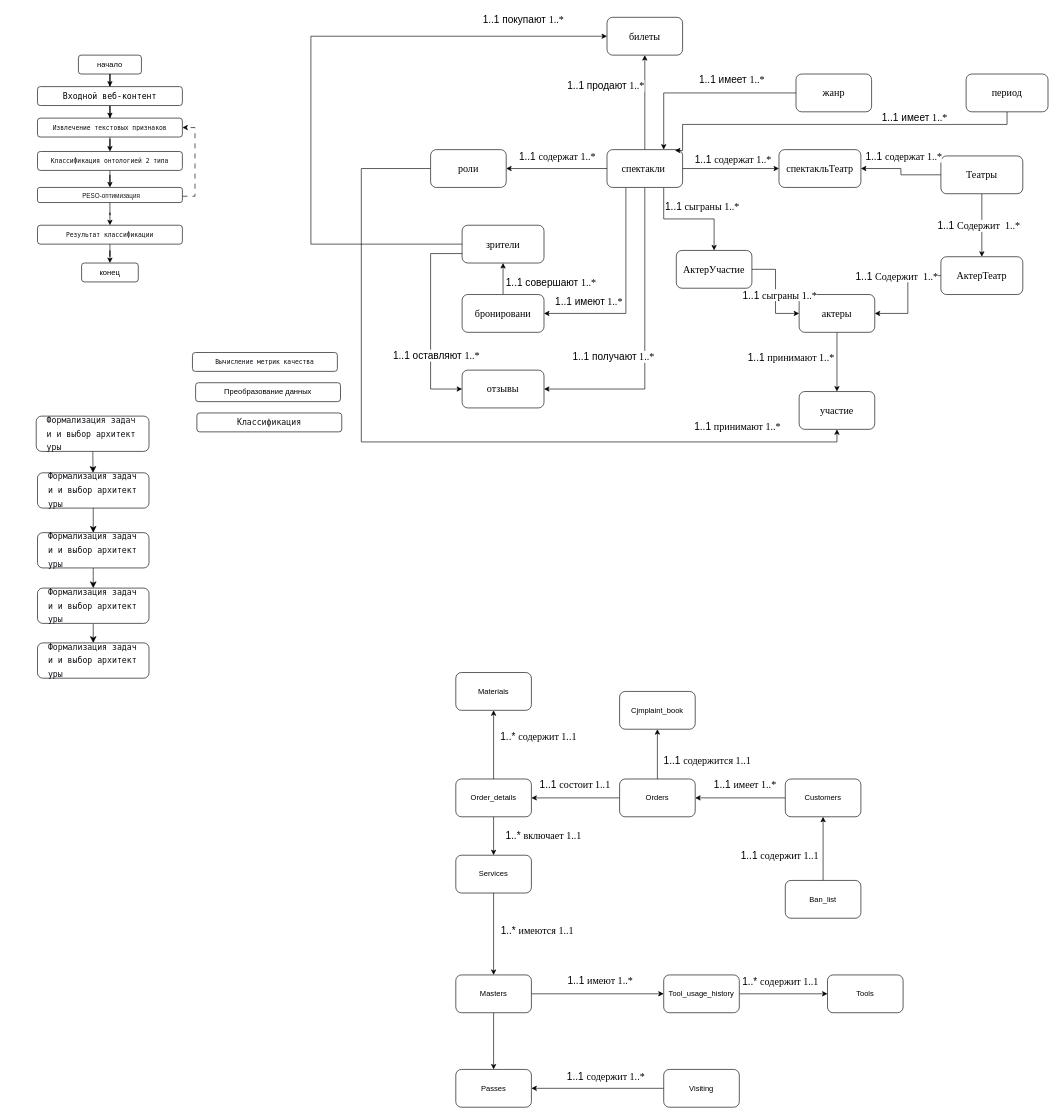
Earlier version of the draw.io diagram без названия.drawio (Verina19/Practica_4). Source tidied: cells renumbered, new cells numbered last; positions are measured from the earlier drawing's top-left corner, leaving out a move shared by most shapes. Both pictures are drawn from the tidied source at 63%, with x=0, y=0 at pixel (36, 11).
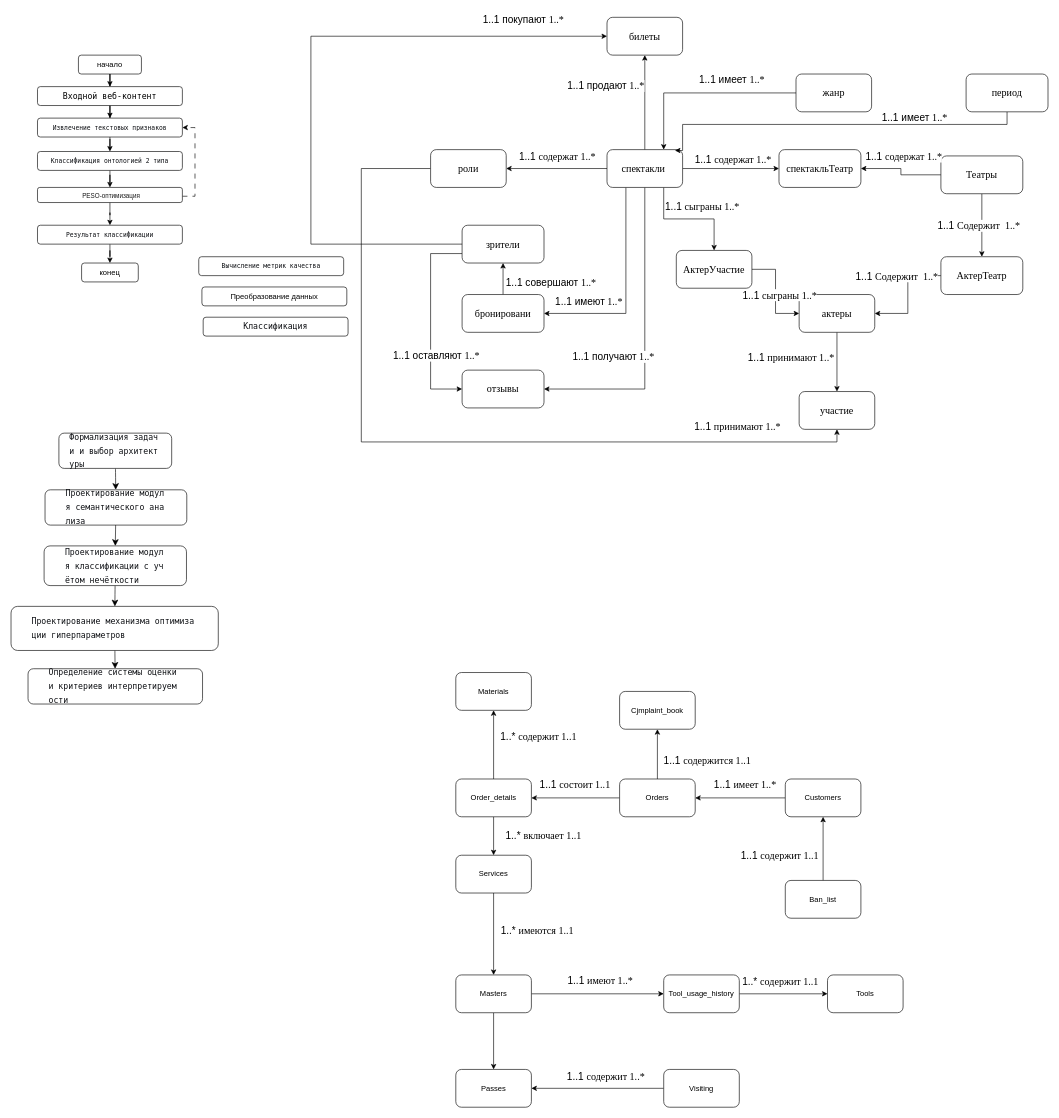
Above is the later version.

What changed in the source:
```diff
@@
     <mxCell id="88" value="&lt;pre style=&quot;font-variant-numeric: normal; font-variant-east-asian: normal; font-variant-alternates: normal; font-size-adjust: none; font-kerning: auto; font-optical-sizing: auto; font-feature-settings: normal; font-variation-settings: normal; font-variant-position: normal; font-variant-emoji: normal; font-stretch: normal; font-size: 13px; line-height: 22px; font-family: Menlo, Monaco, Consolas, &amp;quot;Cascadia Mono&amp;quot;, &amp;quot;Ubuntu Mono&amp;quot;, &amp;quot;DejaVu Sans Mono&amp;quot;, &amp;quot;Liberation Mono&amp;quot;, &amp;quot;JetBrains Mono&amp;quot;, &amp;quot;Fira Code&amp;quot;, Cousine, &amp;quot;Roboto Mono&amp;quot;, &amp;quot;Courier New&amp;quot;, Courier, sans-serif, system-ui; overflow: auto; text-wrap-mode: wrap; word-break: break-all; padding: 16px; color: rgb(15, 17, 21); text-align: start; margin: 0px !important;&quot;&gt;Классификация&lt;/pre&gt;" style="rounded=1;whiteSpace=wrap;html=1;" parent="1" vertex="1">
-      <mxGeometry x="255" y="638" width="230" height="30" as="geometry" />
+      <mxGeometry x="265" y="486" width="230" height="30" as="geometry" />
     </mxCell>
@@
     <mxCell id="93" value="Преобразование данных" style="rounded=1;whiteSpace=wrap;html=1;" parent="1" vertex="1">
-      <mxGeometry x="253" y="590" width="230" height="30" as="geometry" />
+      <mxGeometry x="263" y="438" width="230" height="30" as="geometry" />
     </mxCell>
@@
     <mxCell id="96" value="&lt;pre style=&quot;font-variant-numeric: normal; font-variant-east-asian: normal; font-variant-alternates: normal; font-size-adjust: none; font-kerning: auto; font-optical-sizing: auto; font-feature-settings: normal; font-variation-settings: normal; font-variant-position: normal; font-variant-emoji: normal; font-stretch: normal; line-height: 22px; font-family: Menlo, Monaco, Consolas, &amp;quot;Cascadia Mono&amp;quot;, &amp;quot;Ubuntu Mono&amp;quot;, &amp;quot;DejaVu Sans Mono&amp;quot;, &amp;quot;Liberation Mono&amp;quot;, &amp;quot;JetBrains Mono&amp;quot;, &amp;quot;Fira Code&amp;quot;, Cousine, &amp;quot;Roboto Mono&amp;quot;, &amp;quot;Courier New&amp;quot;, Courier, sans-serif, system-ui; overflow: auto; text-wrap-mode: wrap; word-break: break-all; padding: 16px; color: rgb(15, 17, 21); text-align: start; margin: 0px !important;&quot;&gt;&lt;pre style=&quot;font-variant-numeric: normal; font-variant-east-asian: normal; font-variant-alternates: normal; font-size-adjust: none; font-kerning: auto; font-optical-sizing: auto; font-feature-settings: normal; font-variation-settings: normal; font-variant-position: normal; font-variant-emoji: normal; font-stretch: normal; line-height: 22px; font-family: Menlo, Monaco, Consolas, &amp;quot;Cascadia Mono&amp;quot;, &amp;quot;Ubuntu Mono&amp;quot;, &amp;quot;DejaVu Sans Mono&amp;quot;, &amp;quot;Liberation Mono&amp;quot;, &amp;quot;JetBrains Mono&amp;quot;, &amp;quot;Fira Code&amp;quot;, Cousine, &amp;quot;Roboto Mono&amp;quot;, &amp;quot;Courier New&amp;quot;, Courier, sans-serif, system-ui; overflow: auto; text-wrap-mode: wrap; word-break: break-all; padding: 16px; margin: 0px !important;&quot;&gt;&lt;font style=&quot;font-size: 10px;&quot;&gt;Вычисление метрик качества&lt;/font&gt;&lt;/pre&gt;&lt;/pre&gt;" style="rounded=1;whiteSpace=wrap;html=1;" parent="1" vertex="1">
-      <mxGeometry x="248" y="542" width="230" height="30" as="geometry" />
+      <mxGeometry x="258" y="390" width="230" height="30" as="geometry" />
     </mxCell>
@@
     <mxCell id="101" value="&lt;pre style=&quot;font-variant-numeric: normal; font-variant-east-asian: normal; font-variant-alternates: normal; font-size-adjust: none; font-kerning: auto; font-optical-sizing: auto; font-feature-settings: normal; font-variation-settings: normal; font-variant-position: normal; font-variant-emoji: normal; font-stretch: normal; font-size: 13px; line-height: 22px; font-family: Menlo, Monaco, Consolas, &amp;quot;Cascadia Mono&amp;quot;, &amp;quot;Ubuntu Mono&amp;quot;, &amp;quot;DejaVu Sans Mono&amp;quot;, &amp;quot;Liberation Mono&amp;quot;, &amp;quot;JetBrains Mono&amp;quot;, &amp;quot;Fira Code&amp;quot;, Cousine, &amp;quot;Roboto Mono&amp;quot;, &amp;quot;Courier New&amp;quot;, Courier, sans-serif, system-ui; overflow: auto; text-wrap-mode: wrap; word-break: break-all; padding: 16px; color: rgb(15, 17, 21); text-align: start; margin: 0px !important;&quot;&gt;Формализация задачи и выбор архитектуры&lt;/pre&gt;" style="rounded=1;whiteSpace=wrap;html=1;" parent="1" vertex="1">
-      <mxGeometry y="643" width="179" height="56" as="geometry" />
+      <mxGeometry x="36" y="670" width="179" height="56" as="geometry" />
     </mxCell>
@@
-    <mxCell id="103" value="&lt;pre style=&quot;font-variant-numeric: normal; font-variant-east-asian: normal; font-variant-alternates: normal; font-size-adjust: none; font-kerning: auto; font-optical-sizing: auto; font-feature-settings: normal; font-variation-settings: normal; font-variant-position: normal; font-variant-emoji: normal; font-stretch: normal; font-size: 13px; line-height: 22px; font-family: Menlo, Monaco, Consolas, &amp;quot;Cascadia Mono&amp;quot;, &amp;quot;Ubuntu Mono&amp;quot;, &amp;quot;DejaVu Sans Mono&amp;quot;, &amp;quot;Liberation Mono&amp;quot;, &amp;quot;JetBrains Mono&amp;quot;, &amp;quot;Fira Code&amp;quot;, Cousine, &amp;quot;Roboto Mono&amp;quot;, &amp;quot;Courier New&amp;quot;, Courier, sans-serif, system-ui; overflow: auto; text-wrap-mode: wrap; word-break: break-all; padding: 16px; color: rgb(15, 17, 21); text-align: start; margin: 0px !important;&quot;&gt;Формализация задачи и выбор архитектуры&lt;/pre&gt;" style="rounded=1;whiteSpace=wrap;html=1;" parent="1" vertex="1">
-      <mxGeometry x="2" y="828" width="177" height="56" as="geometry" />
+    <mxCell id="103" value="&lt;pre style=&quot;font-variant-numeric: normal; font-variant-east-asian: normal; font-variant-alternates: normal; font-size-adjust: none; font-kerning: auto; font-optical-sizing: auto; font-feature-settings: normal; font-variation-settings: normal; font-variant-position: normal; font-variant-emoji: normal; font-stretch: normal; font-size: 13px; line-height: 22px; font-family: Menlo, Monaco, Consolas, &amp;quot;Cascadia Mono&amp;quot;, &amp;quot;Ubuntu Mono&amp;quot;, &amp;quot;DejaVu Sans Mono&amp;quot;, &amp;quot;Liberation Mono&amp;quot;, &amp;quot;JetBrains Mono&amp;quot;, &amp;quot;Fira Code&amp;quot;, Cousine, &amp;quot;Roboto Mono&amp;quot;, &amp;quot;Courier New&amp;quot;, Courier, sans-serif, system-ui; overflow: auto; text-wrap-mode: wrap; word-break: break-all; padding: 16px; color: rgb(15, 17, 21); text-align: start; margin: 0px !important;&quot;&gt;&lt;pre style=&quot;font-variant-numeric: normal; font-variant-east-asian: normal; font-variant-alternates: normal; font-size-adjust: none; font-kerning: auto; font-optical-sizing: auto; font-feature-settings: normal; font-variation-settings: normal; font-variant-position: normal; font-variant-emoji: normal; font-stretch: normal; line-height: 22px; font-family: Menlo, Monaco, Consolas, &amp;quot;Cascadia Mono&amp;quot;, &amp;quot;Ubuntu Mono&amp;quot;, &amp;quot;DejaVu Sans Mono&amp;quot;, &amp;quot;Liberation Mono&amp;quot;, &amp;quot;JetBrains Mono&amp;quot;, &amp;quot;Fira Code&amp;quot;, Cousine, &amp;quot;Roboto Mono&amp;quot;, &amp;quot;Courier New&amp;quot;, Courier, sans-serif, system-ui; overflow: auto; text-wrap-mode: wrap; word-break: break-all; padding: 16px; margin: 0px !important;&quot;&gt;Проектирование модуля классификации с учётом нечёткости&lt;/pre&gt;&lt;/pre&gt;" style="rounded=1;whiteSpace=wrap;html=1;" parent="1" vertex="1">
+      <mxGeometry x="12.5" y="849" width="226" height="63" as="geometry" />
     </mxCell>
@@
-    <mxCell id="105" value="&lt;pre style=&quot;font-variant-numeric: normal; font-variant-east-asian: normal; font-variant-alternates: normal; font-size-adjust: none; font-kerning: auto; font-optical-sizing: auto; font-feature-settings: normal; font-variation-settings: normal; font-variant-position: normal; font-variant-emoji: normal; font-stretch: normal; font-size: 13px; line-height: 22px; font-family: Menlo, Monaco, Consolas, &amp;quot;Cascadia Mono&amp;quot;, &amp;quot;Ubuntu Mono&amp;quot;, &amp;quot;DejaVu Sans Mono&amp;quot;, &amp;quot;Liberation Mono&amp;quot;, &amp;quot;JetBrains Mono&amp;quot;, &amp;quot;Fira Code&amp;quot;, Cousine, &amp;quot;Roboto Mono&amp;quot;, &amp;quot;Courier New&amp;quot;, Courier, sans-serif, system-ui; overflow: auto; text-wrap-mode: wrap; word-break: break-all; padding: 16px; color: rgb(15, 17, 21); text-align: start; margin: 0px !important;&quot;&gt;Формализация задачи и выбор архитектуры&lt;/pre&gt;" style="rounded=1;whiteSpace=wrap;html=1;" parent="1" vertex="1">
-      <mxGeometry x="2" y="733" width="177" height="56" as="geometry" />
+    <mxCell id="105" value="&lt;pre style=&quot;font-variant-numeric: normal; font-variant-east-asian: normal; font-variant-alternates: normal; font-size-adjust: none; font-kerning: auto; font-optical-sizing: auto; font-feature-settings: normal; font-variation-settings: normal; font-variant-position: normal; font-variant-emoji: normal; font-stretch: normal; font-size: 13px; line-height: 22px; font-family: Menlo, Monaco, Consolas, &amp;quot;Cascadia Mono&amp;quot;, &amp;quot;Ubuntu Mono&amp;quot;, &amp;quot;DejaVu Sans Mono&amp;quot;, &amp;quot;Liberation Mono&amp;quot;, &amp;quot;JetBrains Mono&amp;quot;, &amp;quot;Fira Code&amp;quot;, Cousine, &amp;quot;Roboto Mono&amp;quot;, &amp;quot;Courier New&amp;quot;, Courier, sans-serif, system-ui; overflow: auto; text-wrap-mode: wrap; word-break: break-all; padding: 16px; color: rgb(15, 17, 21); text-align: start; margin: 0px !important;&quot;&gt;&lt;pre style=&quot;font-variant-numeric: normal; font-variant-east-asian: normal; font-variant-alternates: normal; font-size-adjust: none; font-kerning: auto; font-optical-sizing: auto; font-feature-settings: normal; font-variation-settings: normal; font-variant-position: normal; font-variant-emoji: normal; font-stretch: normal; line-height: 22px; font-family: Menlo, Monaco, Consolas, &amp;quot;Cascadia Mono&amp;quot;, &amp;quot;Ubuntu Mono&amp;quot;, &amp;quot;DejaVu Sans Mono&amp;quot;, &amp;quot;Liberation Mono&amp;quot;, &amp;quot;JetBrains Mono&amp;quot;, &amp;quot;Fira Code&amp;quot;, Cousine, &amp;quot;Roboto Mono&amp;quot;, &amp;quot;Courier New&amp;quot;, Courier, sans-serif, system-ui; overflow: auto; text-wrap-mode: wrap; word-break: break-all; padding: 16px; margin: 0px !important;&quot;&gt;Проектирование модуля семантического анализа&lt;/pre&gt;&lt;/pre&gt;" style="rounded=1;whiteSpace=wrap;html=1;" parent="1" vertex="1">
+      <mxGeometry x="14" y="760" width="225" height="56" as="geometry" />
     </mxCell>
@@
-    <mxCell id="107" value="&lt;pre style=&quot;font-variant-numeric: normal; font-variant-east-asian: normal; font-variant-alternates: normal; font-size-adjust: none; font-kerning: auto; font-optical-sizing: auto; font-feature-settings: normal; font-variation-settings: normal; font-variant-position: normal; font-variant-emoji: normal; font-stretch: normal; font-size: 13px; line-height: 22px; font-family: Menlo, Monaco, Consolas, &amp;quot;Cascadia Mono&amp;quot;, &amp;quot;Ubuntu Mono&amp;quot;, &amp;quot;DejaVu Sans Mono&amp;quot;, &amp;quot;Liberation Mono&amp;quot;, &amp;quot;JetBrains Mono&amp;quot;, &amp;quot;Fira Code&amp;quot;, Cousine, &amp;quot;Roboto Mono&amp;quot;, &amp;quot;Courier New&amp;quot;, Courier, sans-serif, system-ui; overflow: auto; text-wrap-mode: wrap; word-break: break-all; padding: 16px; color: rgb(15, 17, 21); text-align: start; margin: 0px !important;&quot;&gt;Формализация задачи и выбор архитектуры&lt;/pre&gt;" style="rounded=1;whiteSpace=wrap;html=1;" parent="1" vertex="1">
-      <mxGeometry x="2" y="916" width="177" height="56" as="geometry" />
+    <mxCell id="107" value="&lt;pre style=&quot;font-variant-numeric: normal; font-variant-east-asian: normal; font-variant-alternates: normal; font-size-adjust: none; font-kerning: auto; font-optical-sizing: auto; font-feature-settings: normal; font-variation-settings: normal; font-variant-position: normal; font-variant-emoji: normal; font-stretch: normal; font-size: 13px; line-height: 22px; font-family: Menlo, Monaco, Consolas, &amp;quot;Cascadia Mono&amp;quot;, &amp;quot;Ubuntu Mono&amp;quot;, &amp;quot;DejaVu Sans Mono&amp;quot;, &amp;quot;Liberation Mono&amp;quot;, &amp;quot;JetBrains Mono&amp;quot;, &amp;quot;Fira Code&amp;quot;, Cousine, &amp;quot;Roboto Mono&amp;quot;, &amp;quot;Courier New&amp;quot;, Courier, sans-serif, system-ui; overflow: auto; text-wrap-mode: wrap; word-break: break-all; padding: 16px; color: rgb(15, 17, 21); text-align: start; margin: 0px !important;&quot;&gt;&lt;pre style=&quot;font-variant-numeric: normal; font-variant-east-asian: normal; font-variant-alternates: normal; font-size-adjust: none; font-kerning: auto; font-optical-sizing: auto; font-feature-settings: normal; font-variation-settings: normal; font-variant-position: normal; font-variant-emoji: normal; font-stretch: normal; line-height: 22px; font-family: Menlo, Monaco, Consolas, &amp;quot;Cascadia Mono&amp;quot;, &amp;quot;Ubuntu Mono&amp;quot;, &amp;quot;DejaVu Sans Mono&amp;quot;, &amp;quot;Liberation Mono&amp;quot;, &amp;quot;JetBrains Mono&amp;quot;, &amp;quot;Fira Code&amp;quot;, Cousine, &amp;quot;Roboto Mono&amp;quot;, &amp;quot;Courier New&amp;quot;, Courier, sans-serif, system-ui; overflow: auto; text-wrap-mode: wrap; word-break: break-all; padding: 16px; margin: 0px !important;&quot;&gt;Проектирование механизма оптимизации гиперпараметров&lt;/pre&gt;&lt;/pre&gt;" style="rounded=1;whiteSpace=wrap;html=1;" parent="1" vertex="1">
+      <mxGeometry x="-40" y="945" width="329" height="70" as="geometry" />
     </mxCell>
-    <mxCell id="108" value="&lt;pre style=&quot;font-variant-numeric: normal; font-variant-east-asian: normal; font-variant-alternates: normal; font-size-adjust: none; font-kerning: auto; font-optical-sizing: auto; font-feature-settings: normal; font-variation-settings: normal; font-variant-position: normal; font-variant-emoji: normal; font-stretch: normal; font-size: 13px; line-height: 22px; font-family: Menlo, Monaco, Consolas, &amp;quot;Cascadia Mono&amp;quot;, &amp;quot;Ubuntu Mono&amp;quot;, &amp;quot;DejaVu Sans Mono&amp;quot;, &amp;quot;Liberation Mono&amp;quot;, &amp;quot;JetBrains Mono&amp;quot;, &amp;quot;Fira Code&amp;quot;, Cousine, &amp;quot;Roboto Mono&amp;quot;, &amp;quot;Courier New&amp;quot;, Courier, sans-serif, system-ui; overflow: auto; text-wrap-mode: wrap; word-break: break-all; padding: 16px; color: rgb(15, 17, 21); text-align: start; margin: 0px !important;&quot;&gt;Формализация задачи и выбор архитектуры&lt;/pre&gt;" style="rounded=1;whiteSpace=wrap;html=1;" parent="1" vertex="1">
-      <mxGeometry x="2" y="1003" width="177" height="56" as="geometry" />
+    <mxCell id="108" value="&lt;pre style=&quot;font-variant-numeric: normal; font-variant-east-asian: normal; font-variant-alternates: normal; font-size-adjust: none; font-kerning: auto; font-optical-sizing: auto; font-feature-settings: normal; font-variation-settings: normal; font-variant-position: normal; font-variant-emoji: normal; font-stretch: normal; font-size: 13px; line-height: 22px; font-family: Menlo, Monaco, Consolas, &amp;quot;Cascadia Mono&amp;quot;, &amp;quot;Ubuntu Mono&amp;quot;, &amp;quot;DejaVu Sans Mono&amp;quot;, &amp;quot;Liberation Mono&amp;quot;, &amp;quot;JetBrains Mono&amp;quot;, &amp;quot;Fira Code&amp;quot;, Cousine, &amp;quot;Roboto Mono&amp;quot;, &amp;quot;Courier New&amp;quot;, Courier, sans-serif, system-ui; overflow: auto; text-wrap-mode: wrap; word-break: break-all; padding: 16px; color: rgb(15, 17, 21); text-align: start; margin: 0px !important;&quot;&gt;&lt;pre style=&quot;font-variant-numeric: normal; font-variant-east-asian: normal; font-variant-alternates: normal; font-size-adjust: none; font-kerning: auto; font-optical-sizing: auto; font-feature-settings: normal; font-variation-settings: normal; font-variant-position: normal; font-variant-emoji: normal; font-stretch: normal; line-height: 22px; font-family: Menlo, Monaco, Consolas, &amp;quot;Cascadia Mono&amp;quot;, &amp;quot;Ubuntu Mono&amp;quot;, &amp;quot;DejaVu Sans Mono&amp;quot;, &amp;quot;Liberation Mono&amp;quot;, &amp;quot;JetBrains Mono&amp;quot;, &amp;quot;Fira Code&amp;quot;, Cousine, &amp;quot;Roboto Mono&amp;quot;, &amp;quot;Courier New&amp;quot;, Courier, sans-serif, system-ui; overflow: auto; text-wrap-mode: wrap; word-break: break-all; padding: 16px; margin: 0px !important;&quot;&gt;Определение системы оценки и критериев интерпретируемости&lt;/pre&gt;&lt;/pre&gt;" style="rounded=1;whiteSpace=wrap;html=1;" parent="1" vertex="1">
+      <mxGeometry x="-13" y="1044" width="277" height="56" as="geometry" />
     </mxCell>
```
